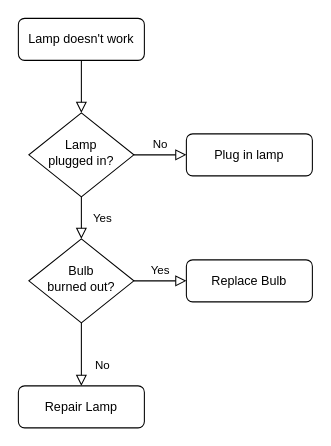
Earlier version of the draw.io diagram Untitled Diagram.drawio (vaibhav-OO/ER_sys). Source tidied: cells renumbered, new cells numbered last; positions are measured from the earlier drawing's top-left corner, leaving out a move shared by most shapes. Both pictures are drawn from the tidied source at 105%, with x=0, y=0 at pixel (18, 18).
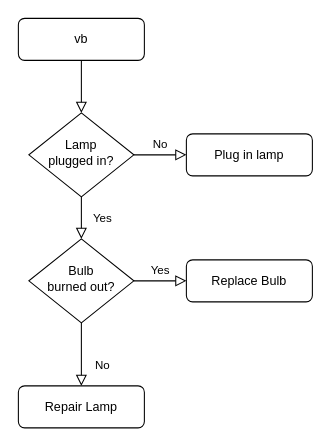
The same page after the edit.

What changed in the source:
```diff
@@
 <mxGraphModel>
   <root>
     <mxCell id="0" />
     <mxCell id="1" parent="0" />
     <mxCell id="2" style="rounded=0;html=1;jettySize=auto;fontSize=11;endArrow=block;endFill=0;endSize=8;strokeWidth=1;shadow=0;labelBackgroundColor=none;edgeStyle=orthogonalEdgeStyle;" parent="1" edge="1" source="3" target="6">
       <mxGeometry relative="1" as="geometry" />
     </mxCell>
-    <mxCell id="3" value="Lamp doesn't work" style="rounded=1;whiteSpace=wrap;html=1;fontSize=12;glass=0;strokeWidth=1;shadow=0;" parent="1" vertex="1">
+    <mxCell id="3" value="vb" style="rounded=1;whiteSpace=wrap;html=1;fontSize=12;glass=0;strokeWidth=1;shadow=0;" parent="1" vertex="1">
       <mxGeometry width="120" height="40" as="geometry" />
     </mxCell>
     <mxCell id="4" value="Yes" style="rounded=0;html=1;jettySize=auto;fontSize=11;endArrow=block;endFill=0;endSize=8;strokeWidth=1;shadow=0;labelBackgroundColor=none;edgeStyle=orthogonalEdgeStyle;" parent="1" edge="1" source="6" target="10">
       <mxGeometry y="20" relative="1" as="geometry" />
     </mxCell>
     <mxCell id="5" value="No" style="edgeStyle=orthogonalEdgeStyle;rounded=0;html=1;jettySize=auto;fontSize=11;endArrow=block;endFill=0;endSize=8;strokeWidth=1;shadow=0;labelBackgroundColor=none;" parent="1" edge="1" source="6" target="7">
       <mxGeometry y="10" relative="1" as="geometry" />
     </mxCell>
     <mxCell id="6" value="Lamp&lt;br&gt;plugged in?" style="rhombus;whiteSpace=wrap;html=1;shadow=0;fontFamily=Helvetica;fontSize=12;align=center;strokeWidth=1;spacing=6;spacingTop=-4;" parent="1" vertex="1">
       <mxGeometry x="10" y="90" width="100" height="80" as="geometry" />
     </mxCell>
     <mxCell id="7" value="Plug in lamp" style="rounded=1;whiteSpace=wrap;html=1;fontSize=12;glass=0;strokeWidth=1;shadow=0;" parent="1" vertex="1">
       <mxGeometry x="160" y="110" width="120" height="40" as="geometry" />
     </mxCell>
     <mxCell id="8" value="No" style="rounded=0;html=1;jettySize=auto;fontSize=11;endArrow=block;endFill=0;endSize=8;strokeWidth=1;shadow=0;labelBackgroundColor=none;edgeStyle=orthogonalEdgeStyle;" parent="1" edge="1" source="10" target="11">
       <mxGeometry x="0.33" y="20" relative="1" as="geometry" />
     </mxCell>
     <mxCell id="9" value="Yes" style="edgeStyle=orthogonalEdgeStyle;rounded=0;html=1;jettySize=auto;fontSize=11;endArrow=block;endFill=0;endSize=8;strokeWidth=1;shadow=0;labelBackgroundColor=none;" parent="1" edge="1" source="10" target="12">
       <mxGeometry y="10" relative="1" as="geometry" />
     </mxCell>
     <mxCell id="10" value="Bulb&lt;br&gt;burned out?" style="rhombus;whiteSpace=wrap;html=1;shadow=0;fontFamily=Helvetica;fontSize=12;align=center;strokeWidth=1;spacing=6;spacingTop=-4;" parent="1" vertex="1">
       <mxGeometry x="10" y="210" width="100" height="80" as="geometry" />
     </mxCell>
     <mxCell id="11" value="Repair Lamp" style="rounded=1;whiteSpace=wrap;html=1;fontSize=12;glass=0;strokeWidth=1;shadow=0;" parent="1" vertex="1">
       <mxGeometry y="350" width="120" height="40" as="geometry" />
     </mxCell>
     <mxCell id="12" value="Replace Bulb" style="rounded=1;whiteSpace=wrap;html=1;fontSize=12;glass=0;strokeWidth=1;shadow=0;" parent="1" vertex="1">
       <mxGeometry x="160" y="230" width="120" height="40" as="geometry" />
     </mxCell>
   </root>
 </mxGraphModel>
```
